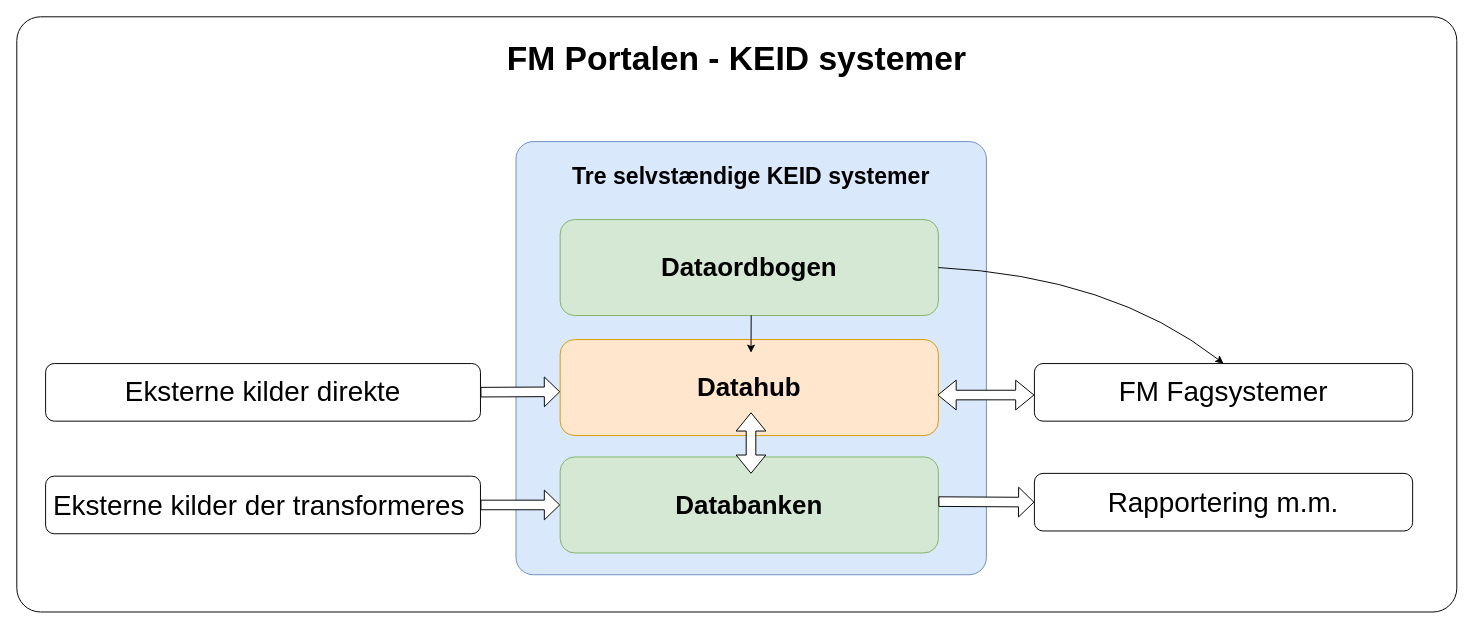
The draw.io diagram SystemOverblik.drawio in FMDatahub/Documentation, before the edit. Source tidied: cells renumbered, new cells numbered last; positions are measured from the earlier drawing's top-left corner, leaving out a move shared by most shapes. Both pictures are drawn from the tidied source at 96%, with x=0, y=0 at pixel (16, 16).
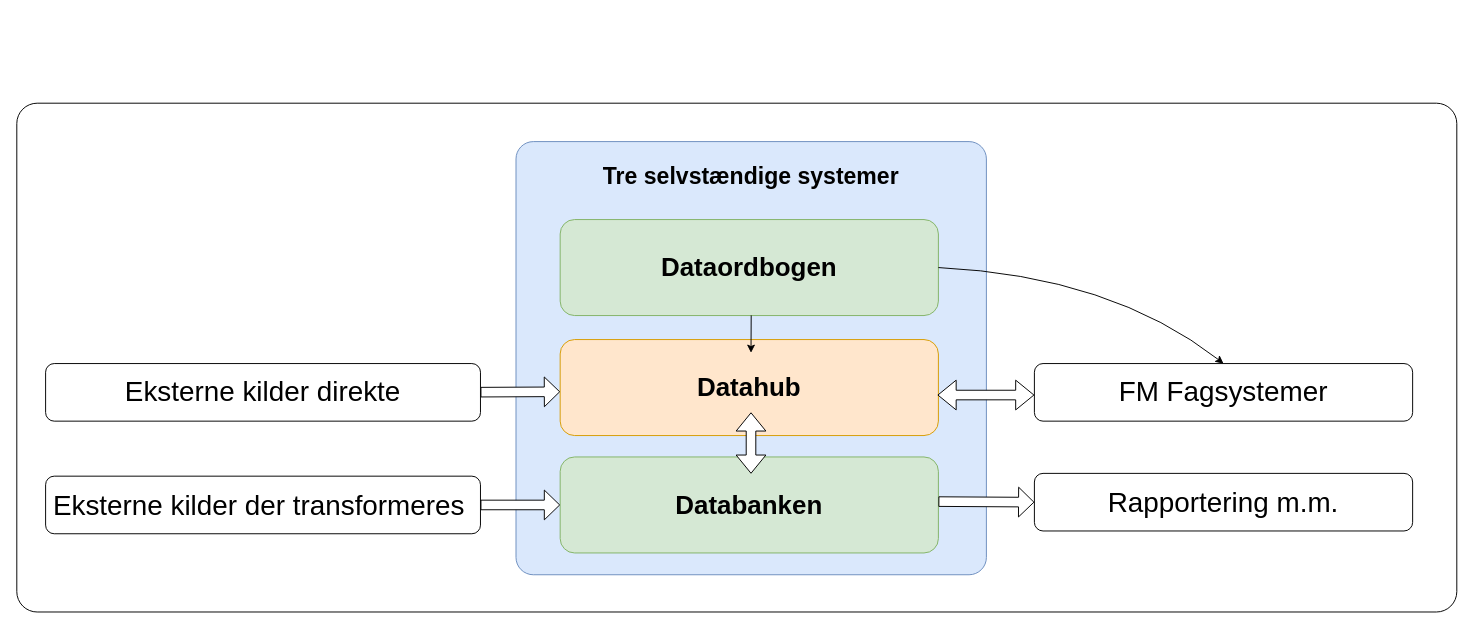
The same page after the edit.

Commit message:
Opdatering af diagrak

Change to the diagram source:
```diff
@@
-    <mxCell id="2" value="&lt;h1&gt;&lt;span&gt;&lt;font style=&quot;font-size: 35px&quot;&gt;FM Portalen - KEID systemer&lt;/font&gt;&lt;/span&gt;&lt;br&gt;&lt;/h1&gt;" style="rounded=1;whiteSpace=wrap;html=1;labelBackgroundColor=none;align=center;verticalAlign=top;arcSize=4;" parent="1" vertex="1">
-      <mxGeometry width="1500" height="620" as="geometry" />
+    <mxCell id="2" style="rounded=1;whiteSpace=wrap;html=1;labelBackgroundColor=none;align=center;verticalAlign=top;arcSize=4;" parent="1" vertex="1">
+      <mxGeometry y="90" width="1500" height="530" as="geometry" />
     </mxCell>
-    <mxCell id="3" value="&lt;h1&gt;Tre selvstændige KEID systemer&lt;/h1&gt;" style="rounded=1;whiteSpace=wrap;html=1;labelBackgroundColor=none;align=center;verticalAlign=top;arcSize=4;fillColor=#dae8fc;strokeColor=#6c8ebf;" parent="1" vertex="1">
+    <mxCell id="3" value="&lt;h1&gt;Tre selvstændige systemer&lt;/h1&gt;" style="rounded=1;whiteSpace=wrap;html=1;labelBackgroundColor=none;align=center;verticalAlign=top;arcSize=4;fillColor=#dae8fc;strokeColor=#6c8ebf;" parent="1" vertex="1">
       <mxGeometry x="520" y="130" width="490" height="451.2" as="geometry" />
     </mxCell>
```
